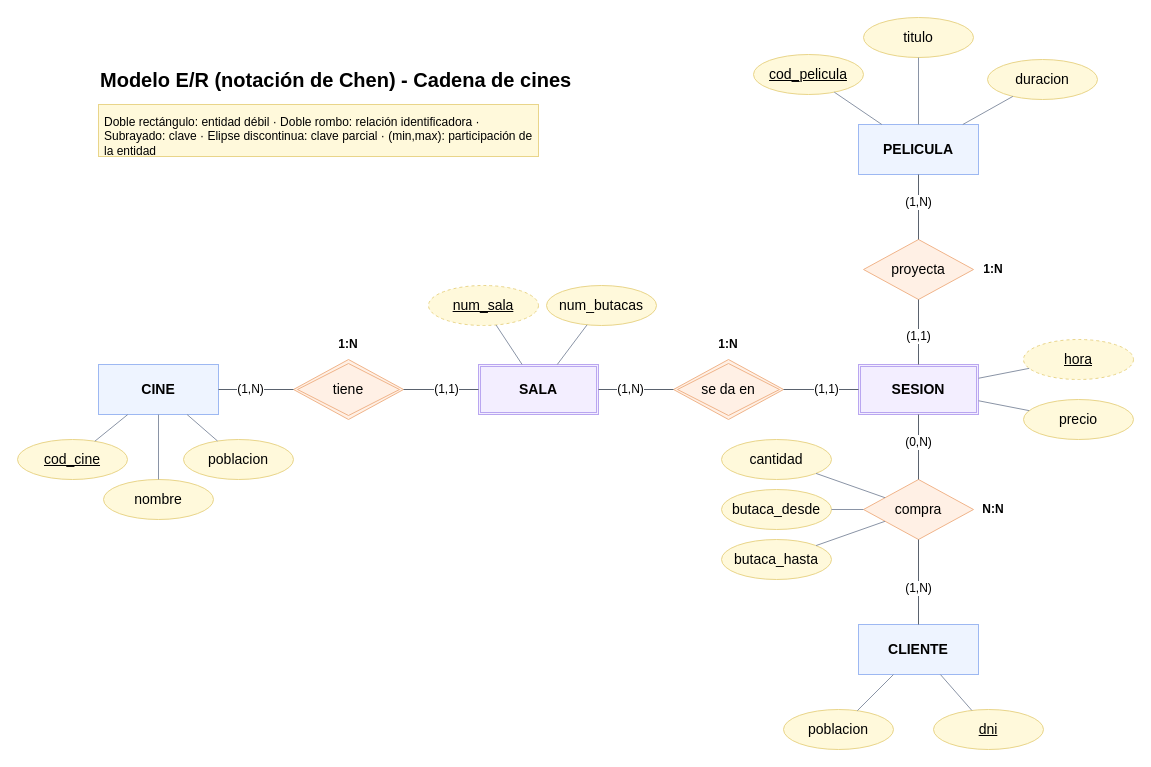
Above: bbdd_cadena_de_cines.drawio in davidpmXx/diagramas (draw.io), before the change. Source tidied: cells renumbered, new cells numbered last; positions are measured from the earlier drawing's top-left corner, leaving out a move shared by most shapes. Both pictures are drawn from the tidied source at 100%, with x=0, y=0 at pixel (17, 17).
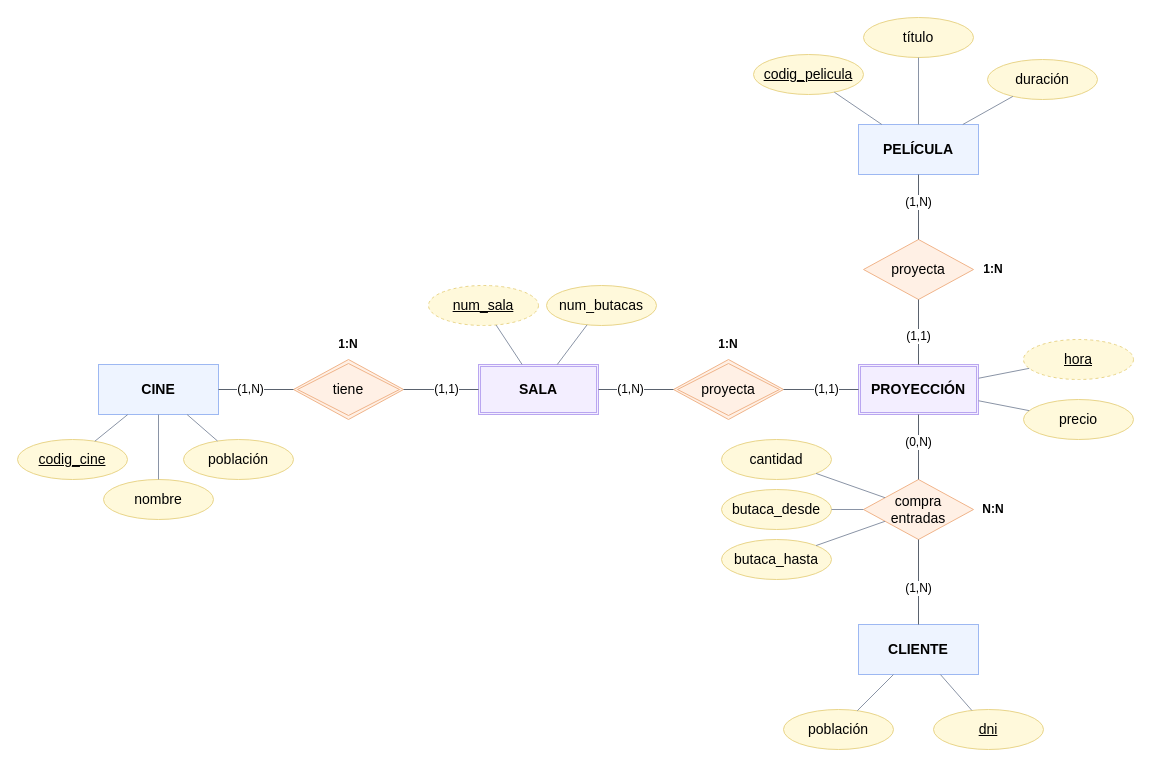
Above is the later version.

What changed in the source:
```diff
@@
-    <mxCell id="2" value="Modelo E/R (notación de Chen) - Cadena de cines" style="text;html=1;fontSize=20;fontStyle=1;align=left;verticalAlign=middle;" parent="1" vertex="1">
-      <mxGeometry x="81" y="47" width="700" height="30" as="geometry" />
-    </mxCell>
-    <mxCell id="3" value="Doble rectángulo: entidad débil · Doble rombo: relación identificadora · Subrayado: clave · Elipse discontinua: clave parcial · (min,max): participación de la entidad" style="text;html=1;whiteSpace=wrap;align=left;verticalAlign=top;fillColor=#FFF9DB;strokeColor=#E9D58A;fontSize=12;spacing=6;" parent="1" vertex="1">
-      <mxGeometry x="81" y="87" width="440" height="52" as="geometry" />
-    </mxCell>
@@
-    <mxCell id="6" value="SESION" style="shape=ext;double=1;rounded=0;whiteSpace=wrap;html=1;fontSize=14;fontStyle=1;fillColor=#F3EEFF;strokeColor=#B9A6F0;" parent="1" vertex="1">
+    <mxCell id="6" value="PROYECCIÓN" style="shape=ext;double=1;rounded=0;whiteSpace=wrap;html=1;fontSize=14;fontStyle=1;fillColor=#F3EEFF;strokeColor=#B9A6F0;" parent="1" vertex="1">
       <mxGeometry x="841" y="347" width="120" height="50" as="geometry" />
     </mxCell>
-    <mxCell id="7" value="PELICULA" style="rounded=0;whiteSpace=wrap;html=1;fontSize=14;fontStyle=1;fillColor=light-dark(#EEF4FF,#171C25);strokeColor=#9DB8F2;" parent="1" vertex="1">
+    <mxCell id="7" value="PELÍCULA" style="rounded=0;whiteSpace=wrap;html=1;fontSize=14;fontStyle=1;fillColor=light-dark(#EEF4FF,#171C25);strokeColor=#9DB8F2;" parent="1" vertex="1">
       <mxGeometry x="841" y="107" width="120" height="50" as="geometry" />
     </mxCell>
@@
-    <mxCell id="9" value="tiene" style="rhombus;double=1;whiteSpace=wrap;html=1;fontSize=14;fillColor=light-dark(#FFF0E5,#211906);strokeColor=light-dark(#F0B48A,#624300);" parent="1" vertex="1">
+    <mxCell id="9" value="tiene" style="rhombus;double=1;whiteSpace=wrap;html=1;fontSize=14;fillColor=light-dark(#FFF0E5,#281B12);strokeColor=light-dark(#F0B48A,#75421E);" parent="1" vertex="1">
       <mxGeometry x="276" y="342" width="110" height="60" as="geometry" />
     </mxCell>
-    <mxCell id="10" value="se da en" style="rhombus;double=1;whiteSpace=wrap;html=1;fontSize=14;fillColor=light-dark(#FFF0E5,#211906);strokeColor=light-dark(#F0B48A,#624300);" parent="1" vertex="1">
+    <mxCell id="10" value="proyecta" style="rhombus;double=1;whiteSpace=wrap;html=1;fontSize=14;fillColor=light-dark(#FFF0E5,#281B12);strokeColor=light-dark(#F0B48A,#75421E);" parent="1" vertex="1">
       <mxGeometry x="656" y="342" width="110" height="60" as="geometry" />
     </mxCell>
@@
-    <mxCell id="12" value="compra" style="rhombus;whiteSpace=wrap;html=1;fontSize=14;fillColor=light-dark(#FFF0E5,#211906);strokeColor=light-dark(#F0B48A,#624300);" parent="1" vertex="1">
+    <mxCell id="12" value="compra&lt;div&gt;entradas&lt;/div&gt;" style="rhombus;whiteSpace=wrap;html=1;fontSize=14;fillColor=light-dark(#FFF0E5,#211906);strokeColor=light-dark(#F0B48A,#624300);" parent="1" vertex="1">
       <mxGeometry x="846" y="462" width="110" height="60" as="geometry" />
     </mxCell>
-    <mxCell id="13" value="cod_cine" style="ellipse;whiteSpace=wrap;html=1;fontSize=14;fontStyle=4;fillColor=light-dark(#FFF9DB,#1A1C1E);strokeColor=light-dark(#E9D58A,#434A54);" parent="1" vertex="1">
+    <mxCell id="13" value="codig_cine" style="ellipse;whiteSpace=wrap;html=1;fontSize=14;fontStyle=4;fillColor=light-dark(#FFF9DB,#1A1C1E);strokeColor=light-dark(#E9D58A,#434A54);" parent="1" vertex="1">
       <mxGeometry y="422" width="110" height="40" as="geometry" />
     </mxCell>
-    <mxCell id="14" value="poblacion" style="ellipse;whiteSpace=wrap;html=1;fontSize=14;fillColor=light-dark(#FFF9DB,#1A1C1E);strokeColor=light-dark(#E9D58A,#434A54);" parent="1" vertex="1">
+    <mxCell id="14" value="población" style="ellipse;whiteSpace=wrap;html=1;fontSize=14;fillColor=light-dark(#FFF9DB,#1A1C1E);strokeColor=light-dark(#E9D58A,#434A54);" parent="1" vertex="1">
       <mxGeometry x="166" y="422" width="110" height="40" as="geometry" />
     </mxCell>
@@
-    <mxCell id="20" value="cod_pelicula" style="ellipse;whiteSpace=wrap;html=1;fontSize=14;fontStyle=4;fillColor=light-dark(#FFF9DB,#1A1C1E);strokeColor=light-dark(#E9D58A,#434A54);" parent="1" vertex="1">
+    <mxCell id="20" value="codig_pelicula" style="ellipse;whiteSpace=wrap;html=1;fontSize=14;fontStyle=4;fillColor=light-dark(#FFF9DB,#1A1C1E);strokeColor=light-dark(#E9D58A,#434A54);" parent="1" vertex="1">
       <mxGeometry x="736" y="37" width="110" height="40" as="geometry" />
     </mxCell>
-    <mxCell id="21" value="titulo" style="ellipse;whiteSpace=wrap;html=1;fontSize=14;fillColor=light-dark(#FFF9DB,#1A1C1E);strokeColor=light-dark(#E9D58A,#434A54);" parent="1" vertex="1">
+    <mxCell id="21" value="título" style="ellipse;whiteSpace=wrap;html=1;fontSize=14;fillColor=light-dark(#FFF9DB,#1A1C1E);strokeColor=light-dark(#E9D58A,#434A54);" parent="1" vertex="1">
       <mxGeometry x="846" width="110" height="40" as="geometry" />
     </mxCell>
-    <mxCell id="22" value="duracion" style="ellipse;whiteSpace=wrap;html=1;fontSize=14;fillColor=light-dark(#FFF9DB,#1A1C1E);strokeColor=light-dark(#E9D58A,#434A54);" parent="1" vertex="1">
+    <mxCell id="22" value="duración" style="ellipse;whiteSpace=wrap;html=1;fontSize=14;fillColor=light-dark(#FFF9DB,#1A1C1E);strokeColor=light-dark(#E9D58A,#434A54);" parent="1" vertex="1">
       <mxGeometry x="970" y="42" width="110" height="40" as="geometry" />
     </mxCell>
@@
-    <mxCell id="24" value="poblacion" style="ellipse;whiteSpace=wrap;html=1;fontSize=14;fillColor=light-dark(#FFF9DB,#1A1C1E);strokeColor=light-dark(#E9D58A,#434A54);" parent="1" vertex="1">
+    <mxCell id="24" value="población" style="ellipse;whiteSpace=wrap;html=1;fontSize=14;fillColor=light-dark(#FFF9DB,#1A1C1E);strokeColor=light-dark(#E9D58A,#434A54);" parent="1" vertex="1">
       <mxGeometry x="766" y="692" width="110" height="40" as="geometry" />
     </mxCell>
```
